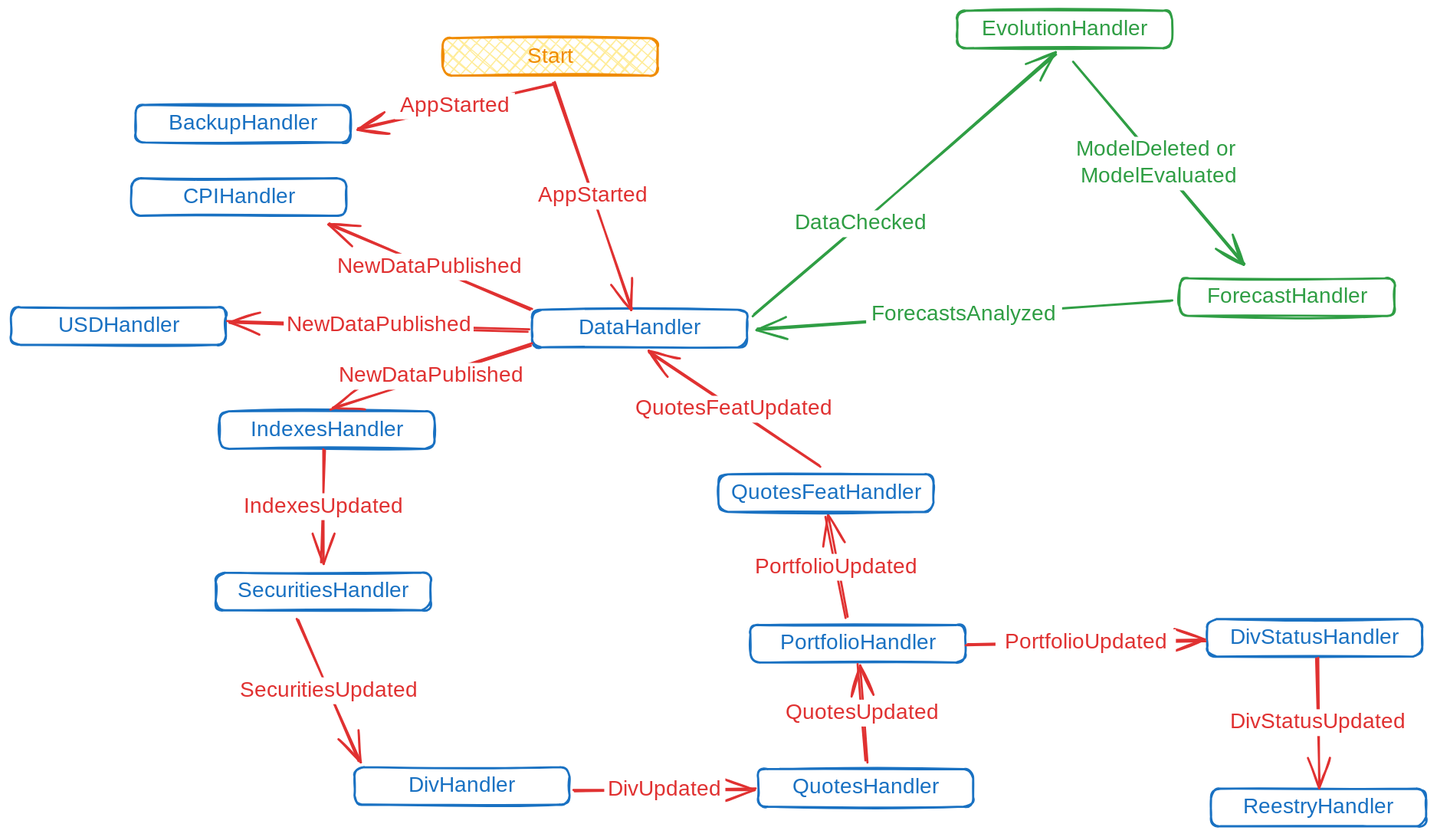
The Excalidraw diagram docs/.excalidraw.svg in WLM1ke/poptimizer, before a commit. Source tidied: one line per element, renumbered; positions are measured from the earlier drawing's top-left corner, leaving out a move shared by most shapes.
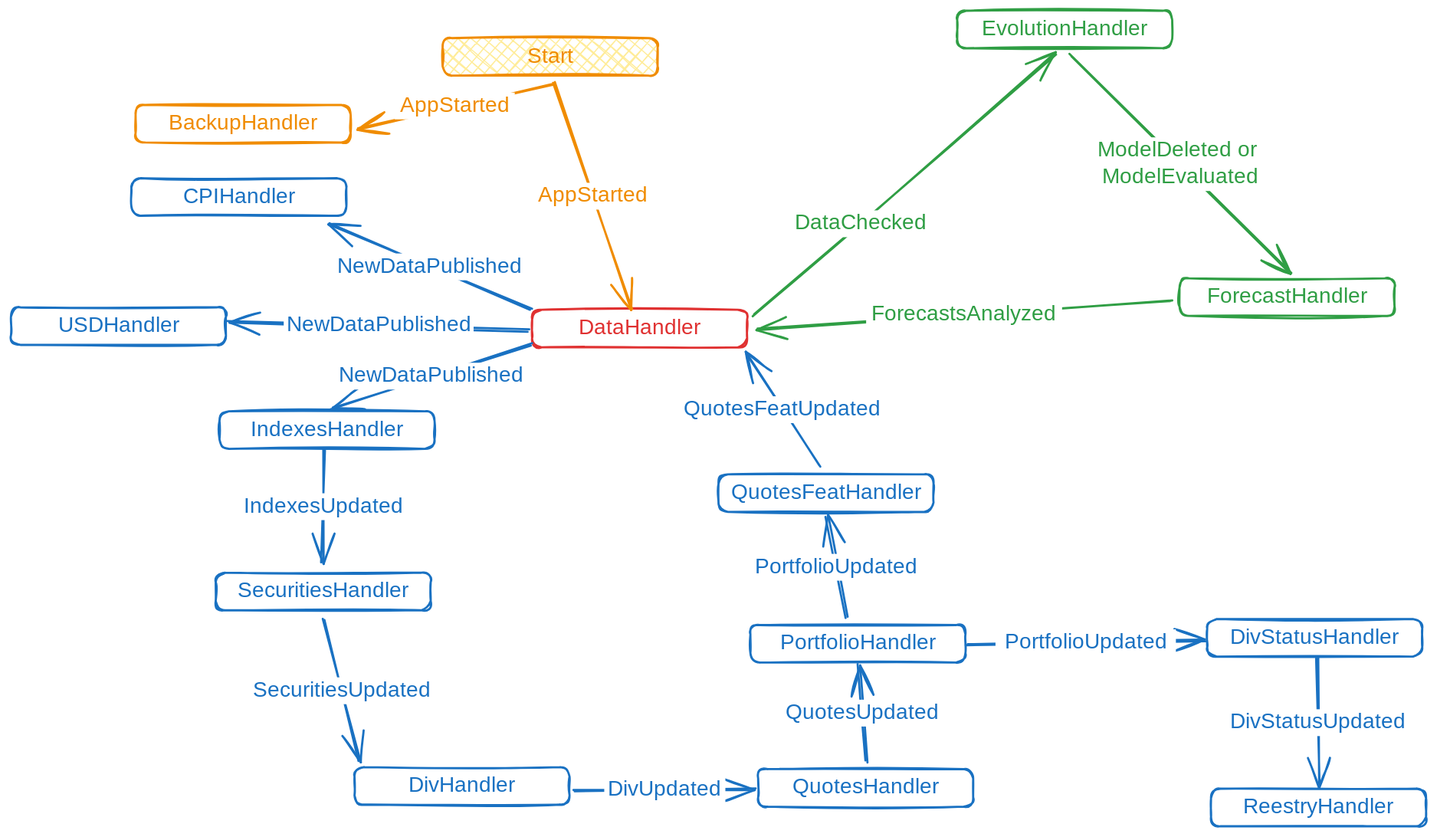
The same diagram one commit later.

The edit, as a diff of the source:
```diff
@@ -1,3 +1,3 @@
-{"id": 0, "type": "rectangle", "strokeColor": "#1971c2", "strokeWidth": 2, "roughness": 1, "round": true, "x": 486, "y": 279, "width": 200, "height": 35}
+{"id": 0, "type": "rectangle", "strokeColor": "#e03131", "strokeWidth": 2, "roughness": 1, "round": true, "x": 486, "y": 279, "width": 200, "height": 35}
-{"id": 1, "type": "text", "text": "DataHandler", "strokeColor": "#1971c2", "strokeWidth": 2, "roughness": 1, "fontSize": 20, "fontFamily": 1, "textAlign": "center", "verticalAlign": "middle", "inside": 0, "x": 524, "y": 284, "width": 123, "height": 25}
+{"id": 1, "type": "text", "text": "DataHandler", "strokeColor": "#e03131", "strokeWidth": 2, "roughness": 1, "fontSize": 20, "fontFamily": 1, "textAlign": "center", "verticalAlign": "middle", "inside": 0, "x": 524, "y": 284, "width": 123, "height": 25}
 {"id": 2, "type": "rectangle", "strokeColor": "#2f9e44", "strokeWidth": 2, "roughness": 1, "round": true, "x": 882, "y": 0, "width": 200, "height": 35}
@@ -8,49 +8,49 @@
 {"id": 7, "type": "text", "text": "CPIHandler", "strokeColor": "#1971c2", "strokeWidth": 2, "roughness": 1, "fontSize": 20, "fontFamily": 1, "textAlign": "center", "verticalAlign": "middle", "inside": 6, "x": 159, "y": 161, "width": 107, "height": 25}
-{"id": 8, "type": "arrow", "strokeColor": "#e03131", "strokeWidth": 2, "roughness": 1, "endArrowhead": "arrow", "round": true, "from": 0, "to": 6, "x": 484, "y": 279, "width": 187, "height": 80, "points": [[0, 0], [-187, -80]]}
+{"id": 8, "type": "arrow", "strokeColor": "#1971c2", "strokeWidth": 2, "roughness": 1, "endArrowhead": "arrow", "round": true, "from": 0, "to": 6, "x": 484, "y": 279, "width": 187, "height": 80, "points": [[0, 0], [-187, -80]]}
-{"id": 9, "type": "text", "text": "NewDataPublished", "strokeColor": "#e03131", "strokeWidth": 2, "roughness": 1, "fontSize": 20, "fontFamily": 1, "textAlign": "center", "verticalAlign": "middle", "inside": 8, "x": 311, "y": 226, "width": 177, "height": 25}
+{"id": 9, "type": "text", "text": "NewDataPublished", "strokeColor": "#1971c2", "strokeWidth": 2, "roughness": 1, "fontSize": 20, "fontFamily": 1, "textAlign": "center", "verticalAlign": "middle", "inside": 8, "x": 311, "y": 226, "width": 177, "height": 25}
 {"id": 10, "type": "rectangle", "strokeColor": "#1971c2", "strokeWidth": 2, "roughness": 1, "round": true, "x": 194, "y": 373, "width": 200, "height": 35}
 {"id": 11, "type": "text", "text": "IndexesHandler", "strokeColor": "#1971c2", "strokeWidth": 2, "roughness": 1, "fontSize": 20, "fontFamily": 1, "textAlign": "center", "verticalAlign": "middle", "inside": 10, "x": 222, "y": 378, "width": 145, "height": 25}
-{"id": 12, "type": "arrow", "strokeColor": "#e03131", "strokeWidth": 2, "roughness": 1, "endArrowhead": "arrow", "round": true, "from": 0, "to": 10, "x": 485, "y": 311, "width": 187, "height": 60, "points": [[0, 0], [-187, 60]]}
+{"id": 12, "type": "arrow", "strokeColor": "#1971c2", "strokeWidth": 2, "roughness": 1, "endArrowhead": "arrow", "round": true, "from": 0, "to": 10, "x": 485, "y": 311, "width": 187, "height": 60, "points": [[0, 0], [-187, 60]]}
-{"id": 13, "type": "text", "text": "NewDataPublished", "strokeColor": "#e03131", "strokeWidth": 2, "roughness": 1, "fontSize": 20, "fontFamily": 1, "textAlign": "center", "verticalAlign": "middle", "inside": 12, "x": 303, "y": 320, "width": 177, "height": 25}
+{"id": 13, "type": "text", "text": "NewDataPublished", "strokeColor": "#1971c2", "strokeWidth": 2, "roughness": 1, "fontSize": 20, "fontFamily": 1, "textAlign": "center", "verticalAlign": "middle", "inside": 12, "x": 303, "y": 328, "width": 177, "height": 25}
 {"id": 14, "type": "rectangle", "strokeColor": "#1971c2", "strokeWidth": 2, "roughness": 1, "round": true, "x": 191, "y": 524, "width": 200, "height": 35}
 {"id": 15, "type": "text", "text": "SecuritiesHandler", "strokeColor": "#1971c2", "strokeWidth": 2, "roughness": 1, "fontSize": 20, "fontFamily": 1, "textAlign": "center", "verticalAlign": "middle", "inside": 14, "x": 209, "y": 529, "width": 165, "height": 25}
-{"id": 16, "type": "arrow", "strokeColor": "#e03131", "strokeWidth": 2, "roughness": 1, "endArrowhead": "arrow", "round": true, "from": 10, "to": 14, "x": 293, "y": 410, "width": 3, "height": 104, "points": [[0, 0], [-3, 104]]}
+{"id": 16, "type": "arrow", "strokeColor": "#1971c2", "strokeWidth": 2, "roughness": 1, "endArrowhead": "arrow", "round": true, "from": 10, "to": 14, "x": 293, "y": 410, "width": 3, "height": 104, "points": [[0, 0], [-3, 104]]}
-{"id": 17, "type": "text", "text": "IndexesUpdated", "strokeColor": "#e03131", "strokeWidth": 2, "roughness": 1, "fontSize": 20, "fontFamily": 1, "textAlign": "center", "verticalAlign": "middle", "inside": 16, "x": 212, "y": 450, "width": 158, "height": 25}
+{"id": 17, "type": "text", "text": "IndexesUpdated", "strokeColor": "#1971c2", "strokeWidth": 2, "roughness": 1, "fontSize": 20, "fontFamily": 1, "textAlign": "center", "verticalAlign": "middle", "inside": 16, "x": 212, "y": 450, "width": 158, "height": 25}
 {"id": 18, "type": "rectangle", "strokeColor": "#1971c2", "strokeWidth": 2, "roughness": 1, "round": true, "x": 320, "y": 705, "width": 200, "height": 35}
 {"id": 19, "type": "text", "text": "DivHandler", "strokeColor": "#1971c2", "strokeWidth": 2, "roughness": 1, "fontSize": 20, "fontFamily": 1, "textAlign": "center", "verticalAlign": "middle", "inside": 18, "x": 370, "y": 710, "width": 100, "height": 25}
-{"id": 20, "type": "arrow", "strokeColor": "#e03131", "strokeWidth": 2, "roughness": 1, "endArrowhead": "arrow", "round": true, "from": 14, "to": 18, "x": 268, "y": 568, "width": 57, "height": 132, "points": [[0, 0], [57, 132]]}
+{"id": 20, "type": "arrow", "strokeColor": "#1971c2", "strokeWidth": 2, "roughness": 1, "endArrowhead": "arrow", "round": true, "from": 14, "to": 18, "x": 292, "y": 568, "width": 33, "height": 132, "points": [[0, 0], [33, 132]]}
-{"id": 21, "type": "text", "text": "SecuritiesUpdated", "strokeColor": "#e03131", "strokeWidth": 2, "roughness": 1, "fontSize": 20, "fontFamily": 1, "textAlign": "center", "verticalAlign": "middle", "inside": 20, "x": 354, "y": 545, "width": 177, "height": 25}
+{"id": 21, "type": "text", "text": "SecuritiesUpdated", "strokeColor": "#1971c2", "strokeWidth": 2, "roughness": 1, "fontSize": 20, "fontFamily": 1, "textAlign": "center", "verticalAlign": "middle", "inside": 20, "x": 354, "y": 545, "width": 177, "height": 25}
-{"id": 22, "type": "rectangle", "strokeColor": "#1971c2", "strokeWidth": 2, "roughness": 1, "round": true, "x": 116, "y": 88, "width": 200, "height": 35}
+{"id": 22, "type": "rectangle", "strokeColor": "#f08c00", "strokeWidth": 2, "roughness": 1, "round": true, "x": 116, "y": 88, "width": 200, "height": 35}
-{"id": 23, "type": "text", "text": "BackupHandler", "strokeColor": "#1971c2", "strokeWidth": 2, "roughness": 1, "fontSize": 20, "fontFamily": 1, "textAlign": "center", "verticalAlign": "middle", "inside": 22, "x": 147, "y": 93, "width": 139, "height": 25}
+{"id": 23, "type": "text", "text": "BackupHandler", "strokeColor": "#f08c00", "strokeWidth": 2, "roughness": 1, "fontSize": 20, "fontFamily": 1, "textAlign": "center", "verticalAlign": "middle", "inside": 22, "x": 147, "y": 93, "width": 139, "height": 25}
 {"id": 24, "type": "rectangle", "strokeColor": "#f08c00", "backgroundColor": "#ffec99", "fillStyle": "cross-hatch", "strokeWidth": 2, "roughness": 1, "round": true, "x": 402, "y": 26, "width": 200, "height": 35}
 {"id": 25, "type": "text", "text": "Start", "strokeColor": "#f08c00", "strokeWidth": 2, "roughness": 1, "fontSize": 20, "fontFamily": 1, "textAlign": "center", "verticalAlign": "middle", "inside": 24, "x": 474, "y": 31, "width": 57, "height": 25}
-{"id": 26, "type": "arrow", "strokeColor": "#e03131", "strokeWidth": 2, "roughness": 1, "endArrowhead": "arrow", "round": true, "from": 24, "x": 506, "y": 67, "width": 73, "height": 212, "points": [[0, 0], [73, 212]]}
+{"id": 26, "type": "arrow", "strokeColor": "#f08c00", "strokeWidth": 2, "roughness": 1, "endArrowhead": "arrow", "round": true, "from": 24, "x": 506, "y": 67, "width": 73, "height": 212, "points": [[0, 0], [73, 212]]}
-{"id": 27, "type": "text", "text": "AppStarted", "strokeColor": "#e03131", "strokeWidth": 2, "roughness": 1, "fontSize": 20, "fontFamily": 1, "textAlign": "center", "verticalAlign": "middle", "inside": 26, "x": 487, "y": 160, "width": 112, "height": 25}
+{"id": 27, "type": "text", "text": "AppStarted", "strokeColor": "#f08c00", "strokeWidth": 2, "roughness": 1, "fontSize": 20, "fontFamily": 1, "textAlign": "center", "verticalAlign": "middle", "inside": 26, "x": 487, "y": 160, "width": 112, "height": 25}
-{"id": 28, "type": "arrow", "strokeColor": "#e03131", "strokeWidth": 2, "roughness": 1, "endArrowhead": "arrow", "round": true, "from": 24, "to": 22, "x": 505, "y": 68, "width": 182, "height": 42, "points": [[0, 0], [-182, 42]]}
+{"id": 28, "type": "arrow", "strokeColor": "#f08c00", "strokeWidth": 2, "roughness": 1, "endArrowhead": "arrow", "round": true, "from": 24, "to": 22, "x": 505, "y": 68, "width": 182, "height": 42, "points": [[0, 0], [-182, 42]]}
-{"id": 29, "type": "text", "text": "AppStarted", "strokeColor": "#e03131", "strokeWidth": 2, "roughness": 1, "fontSize": 20, "fontFamily": 1, "textAlign": "center", "verticalAlign": "middle", "inside": 28, "x": 374, "y": 72, "width": 112, "height": 25}
+{"id": 29, "type": "text", "text": "AppStarted", "strokeColor": "#f08c00", "strokeWidth": 2, "roughness": 1, "fontSize": 20, "fontFamily": 1, "textAlign": "center", "verticalAlign": "middle", "inside": 28, "x": 358, "y": 76, "width": 112, "height": 25}
 {"id": 30, "type": "rectangle", "strokeColor": "#1971c2", "strokeWidth": 2, "roughness": 1, "round": true, "x": 697, "y": 707, "width": 200, "height": 35}
 {"id": 31, "type": "text", "text": "QuotesHandler", "strokeColor": "#1971c2", "strokeWidth": 2, "roughness": 1, "fontSize": 20, "fontFamily": 1, "textAlign": "center", "verticalAlign": "middle", "inside": 30, "x": 727, "y": 712, "width": 140, "height": 25}
-{"id": 32, "type": "arrow", "strokeColor": "#e03131", "strokeWidth": 2, "roughness": 1, "endArrowhead": "arrow", "round": true, "from": 18, "to": 30, "x": 525, "y": 728, "width": 169, "height": 3, "points": [[0, 0], [169, -3]]}
+{"id": 32, "type": "arrow", "strokeColor": "#1971c2", "strokeWidth": 2, "roughness": 1, "endArrowhead": "arrow", "round": true, "from": 18, "to": 30, "x": 525, "y": 728, "width": 169, "height": 3, "points": [[0, 0], [169, -3]]}
-{"id": 33, "type": "text", "text": "DivUpdated", "strokeColor": "#e03131", "strokeWidth": 2, "roughness": 1, "fontSize": 20, "fontFamily": 1, "textAlign": "center", "verticalAlign": "middle", "inside": 32, "x": 668, "y": 608, "width": 113, "height": 25}
+{"id": 33, "type": "text", "text": "DivUpdated", "strokeColor": "#1971c2", "strokeWidth": 2, "roughness": 1, "fontSize": 20, "fontFamily": 1, "textAlign": "center", "verticalAlign": "middle", "inside": 32, "x": 668, "y": 608, "width": 113, "height": 25}
 {"id": 34, "type": "rectangle", "strokeColor": "#1971c2", "strokeWidth": 2, "roughness": 1, "round": true, "x": 689, "y": 573, "width": 200, "height": 35}
 {"id": 35, "type": "text", "text": "PortfolioHandler", "strokeColor": "#1971c2", "strokeWidth": 2, "roughness": 1, "fontSize": 20, "fontFamily": 1, "textAlign": "center", "verticalAlign": "middle", "inside": 34, "x": 712, "y": 578, "width": 156, "height": 25}
-{"id": 36, "type": "arrow", "strokeColor": "#e03131", "strokeWidth": 2, "roughness": 1, "endArrowhead": "arrow", "round": true, "from": 30, "to": 34, "x": 797, "y": 700, "width": 7, "height": 91, "points": [[0, 0], [-7, -91]]}
+{"id": 36, "type": "arrow", "strokeColor": "#1971c2", "strokeWidth": 2, "roughness": 1, "endArrowhead": "arrow", "round": true, "from": 30, "to": 34, "x": 797, "y": 700, "width": 7, "height": 91, "points": [[0, 0], [-7, -91]]}
-{"id": 37, "type": "text", "text": "QuotesUpdated", "strokeColor": "#e03131", "strokeWidth": 2, "roughness": 1, "fontSize": 20, "fontFamily": 1, "textAlign": "center", "verticalAlign": "middle", "inside": 36, "x": 720, "y": 471, "width": 152, "height": 25}
+{"id": 37, "type": "text", "text": "QuotesUpdated", "strokeColor": "#1971c2", "strokeWidth": 2, "roughness": 1, "fontSize": 20, "fontFamily": 1, "textAlign": "center", "verticalAlign": "middle", "inside": 36, "x": 720, "y": 471, "width": 152, "height": 25}
-{"id": 38, "type": "arrow", "strokeColor": "#e03131", "strokeWidth": 2, "roughness": 1, "endArrowhead": "arrow", "round": true, "from": 34, "to": 60, "x": 779, "y": 566, "width": 19, "height": 95, "points": [[0, 0], [-19, -95]]}
+{"id": 38, "type": "arrow", "strokeColor": "#1971c2", "strokeWidth": 2, "roughness": 1, "endArrowhead": "arrow", "round": true, "from": 34, "to": 60, "x": 779, "y": 566, "width": 19, "height": 95, "points": [[0, 0], [-19, -95]]}
-{"id": 39, "type": "text", "text": "PortfolioUpdated", "strokeColor": "#e03131", "strokeWidth": 2, "roughness": 1, "fontSize": 20, "fontFamily": 1, "textAlign": "center", "verticalAlign": "middle", "inside": 38, "x": 604, "y": 342, "width": 168, "height": 25}
+{"id": 39, "type": "text", "text": "PortfolioUpdated", "strokeColor": "#1971c2", "strokeWidth": 2, "roughness": 1, "fontSize": 20, "fontFamily": 1, "textAlign": "center", "verticalAlign": "middle", "inside": 38, "x": 604, "y": 342, "width": 168, "height": 25}
 {"id": 40, "type": "rectangle", "strokeColor": "#1971c2", "strokeWidth": 2, "roughness": 1, "round": true, "x": 1115, "y": 567, "width": 200, "height": 35}
 {"id": 41, "type": "text", "text": "DivStatusHandler", "strokeColor": "#1971c2", "strokeWidth": 2, "roughness": 1, "fontSize": 20, "fontFamily": 1, "textAlign": "center", "verticalAlign": "middle", "inside": 40, "x": 1130, "y": 572, "width": 171, "height": 25}
-{"id": 42, "type": "arrow", "strokeColor": "#e03131", "strokeWidth": 2, "roughness": 1, "endArrowhead": "arrow", "round": true, "from": 34, "to": 40, "x": 891, "y": 591, "width": 222, "height": 4, "points": [[0, 0], [222, -4]]}
+{"id": 42, "type": "arrow", "strokeColor": "#1971c2", "strokeWidth": 2, "roughness": 1, "endArrowhead": "arrow", "round": true, "from": 34, "to": 40, "x": 891, "y": 591, "width": 222, "height": 4, "points": [[0, 0], [222, -4]]}
-{"id": 43, "type": "text", "text": "PortfolioUpdated", "strokeColor": "#e03131", "strokeWidth": 2, "roughness": 1, "fontSize": 20, "fontFamily": 1, "textAlign": "center", "verticalAlign": "middle", "inside": 42, "x": 857, "y": 442, "width": 168, "height": 25}
+{"id": 43, "type": "text", "text": "PortfolioUpdated", "strokeColor": "#1971c2", "strokeWidth": 2, "roughness": 1, "fontSize": 20, "fontFamily": 1, "textAlign": "center", "verticalAlign": "middle", "inside": 42, "x": 857, "y": 442, "width": 168, "height": 25}
 {"id": 44, "type": "rectangle", "strokeColor": "#1971c2", "strokeWidth": 2, "roughness": 1, "round": true, "x": 1119, "y": 725, "width": 200, "height": 35}
 {"id": 45, "type": "text", "text": "ReestryHandler", "strokeColor": "#1971c2", "strokeWidth": 2, "roughness": 1, "fontSize": 20, "fontFamily": 1, "textAlign": "center", "verticalAlign": "middle", "inside": 44, "x": 1146, "y": 730, "width": 145, "height": 25}
-{"id": 46, "type": "arrow", "strokeColor": "#e03131", "strokeWidth": 2, "roughness": 1, "endArrowhead": "arrow", "round": true, "from": 40, "to": 44, "x": 1217, "y": 603, "width": 2, "height": 121, "points": [[0, 0], [2, 121]]}
+{"id": 46, "type": "arrow", "strokeColor": "#1971c2", "strokeWidth": 2, "roughness": 1, "endArrowhead": "arrow", "round": true, "from": 40, "to": 44, "x": 1217, "y": 603, "width": 2, "height": 121, "points": [[0, 0], [2, 121]]}
-{"id": 47, "type": "text", "text": "DivStatusUpdated", "strokeColor": "#e03131", "strokeWidth": 2, "roughness": 1, "fontSize": 20, "fontFamily": 1, "textAlign": "center", "verticalAlign": "middle", "inside": 46, "x": 973, "y": 576, "width": 183, "height": 25}
+{"id": 47, "type": "text", "text": "DivStatusUpdated", "strokeColor": "#1971c2", "strokeWidth": 2, "roughness": 1, "fontSize": 20, "fontFamily": 1, "textAlign": "center", "verticalAlign": "middle", "inside": 46, "x": 973, "y": 576, "width": 183, "height": 25}
 {"id": 48, "type": "rectangle", "strokeColor": "#1971c2", "strokeWidth": 2, "roughness": 1, "round": true, "x": 0, "y": 277, "width": 200, "height": 35}
 {"id": 49, "type": "text", "text": "USDHandler", "strokeColor": "#1971c2", "strokeWidth": 2, "roughness": 1, "fontSize": 20, "fontFamily": 1, "textAlign": "center", "verticalAlign": "middle", "inside": 48, "x": 44, "y": 282, "width": 112, "height": 25}
-{"id": 50, "type": "arrow", "strokeColor": "#e03131", "strokeWidth": 2, "roughness": 1, "endArrowhead": "arrow", "round": true, "from": 0, "to": 48, "x": 483, "y": 298, "width": 281, "height": 8, "points": [[0, 0], [-281, -8]]}
+{"id": 50, "type": "arrow", "strokeColor": "#1971c2", "strokeWidth": 2, "roughness": 1, "endArrowhead": "arrow", "round": true, "from": 0, "to": 48, "x": 483, "y": 298, "width": 281, "height": 8, "points": [[0, 0], [-281, -8]]}
-{"id": 51, "type": "text", "text": "NewDataPublished", "strokeColor": "#e03131", "strokeWidth": 2, "roughness": 1, "fontSize": 20, "fontFamily": 1, "textAlign": "center", "verticalAlign": "middle", "inside": 50, "x": 239, "y": 270, "width": 177, "height": 25}
+{"id": 51, "type": "text", "text": "NewDataPublished", "strokeColor": "#1971c2", "strokeWidth": 2, "roughness": 1, "fontSize": 20, "fontFamily": 1, "textAlign": "center", "verticalAlign": "middle", "inside": 50, "x": 239, "y": 270, "width": 177, "height": 25}
 {"id": 52, "type": "rectangle", "strokeColor": "#2f9e44", "strokeWidth": 2, "roughness": 1, "round": true, "x": 1090, "y": 249, "width": 200, "height": 35}
 {"id": 53, "type": "text", "text": "ForecastHandler", "strokeColor": "#2f9e44", "strokeWidth": 2, "roughness": 1, "fontSize": 20, "fontFamily": 1, "textAlign": "center", "verticalAlign": "middle", "inside": 52, "x": 1111, "y": 254, "width": 158, "height": 25}
-{"id": 54, "type": "arrow", "strokeColor": "#2f9e44", "strokeWidth": 2, "roughness": 1, "endArrowhead": "arrow", "round": true, "from": 2, "to": 52, "x": 991, "y": 48, "width": 159, "height": 189, "points": [[0, 0], [159, 189]]}
+{"id": 54, "type": "arrow", "strokeColor": "#2f9e44", "strokeWidth": 2, "roughness": 1, "endArrowhead": "arrow", "round": true, "from": 2, "to": 52, "x": 988, "y": 41, "width": 206, "height": 205, "points": [[0, 0], [206, 205]]}
 {"id": 55, "type": "text", "text": "ModelDeleted or \nModelEvaluated", "strokeColor": "#2f9e44", "strokeWidth": 2, "roughness": 1, "fontSize": 20, "fontFamily": 1, "textAlign": "center", "verticalAlign": "middle", "inside": 54, "x": 939, "y": 122, "width": 170, "height": 50}
@@ -58,4 +58,4 @@
 {"id": 57, "type": "text", "text": "ForecastsAnalyzed", "strokeColor": "#2f9e44", "strokeWidth": 2, "roughness": 1, "fontSize": 20, "fontFamily": 1, "textAlign": "center", "verticalAlign": "middle", "inside": 56, "x": 797, "y": 271, "width": 183, "height": 25}
-{"id": 58, "type": "arrow", "strokeColor": "#e03131", "strokeWidth": 2, "roughness": 1, "endArrowhead": "arrow", "round": true, "from": 60, "to": 0, "x": 754, "y": 425, "width": 160, "height": 108, "points": [[0, 0], [-160, -108]]}
+{"id": 58, "type": "arrow", "strokeColor": "#1971c2", "strokeWidth": 2, "roughness": 1, "endArrowhead": "arrow", "round": true, "from": 60, "to": 0, "x": 754, "y": 425, "width": 69, "height": 107, "points": [[0, 0], [-69, -107]]}
-{"id": 59, "type": "text", "text": "QuotesFeatUpdated", "strokeColor": "#e03131", "strokeWidth": 2, "roughness": 1, "fontSize": 20, "fontFamily": 1, "textAlign": "center", "verticalAlign": "middle", "inside": 58, "x": 575, "y": 362, "width": 199, "height": 25}
+{"id": 59, "type": "text", "text": "QuotesFeatUpdated", "strokeColor": "#1971c2", "strokeWidth": 2, "roughness": 1, "fontSize": 20, "fontFamily": 1, "textAlign": "center", "verticalAlign": "middle", "inside": 58, "x": 575, "y": 362, "width": 199, "height": 25}
 {"id": 60, "type": "rectangle", "strokeColor": "#1971c2", "strokeWidth": 2, "roughness": 1, "round": true, "x": 660, "y": 432, "width": 200, "height": 35}
```
